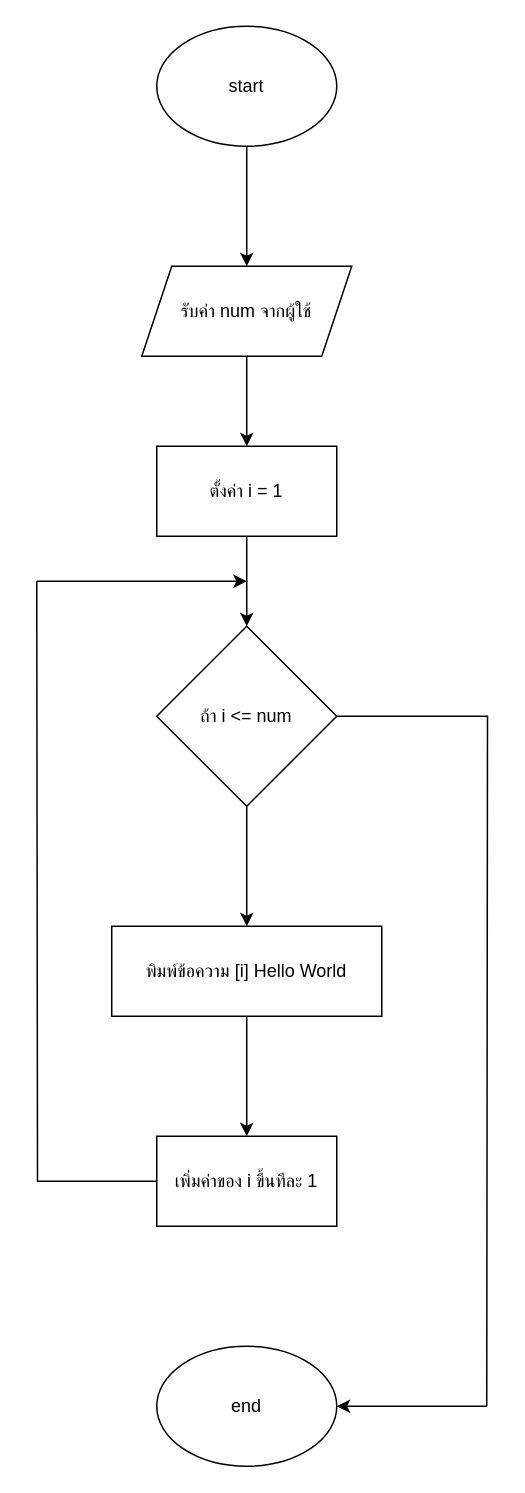
nnichapax/ENGCE117 keeps this draw.io diagram as Homework/HW1/HW1-1/HW1-1.drawio. Above is the earlier version. Source tidied: cells renumbered, new cells numbered last; positions are measured from the earlier drawing's top-left corner, leaving out a move shared by most shapes. Both pictures are drawn from the tidied source at 150%, with x=0, y=0 at pixel (36, 26).
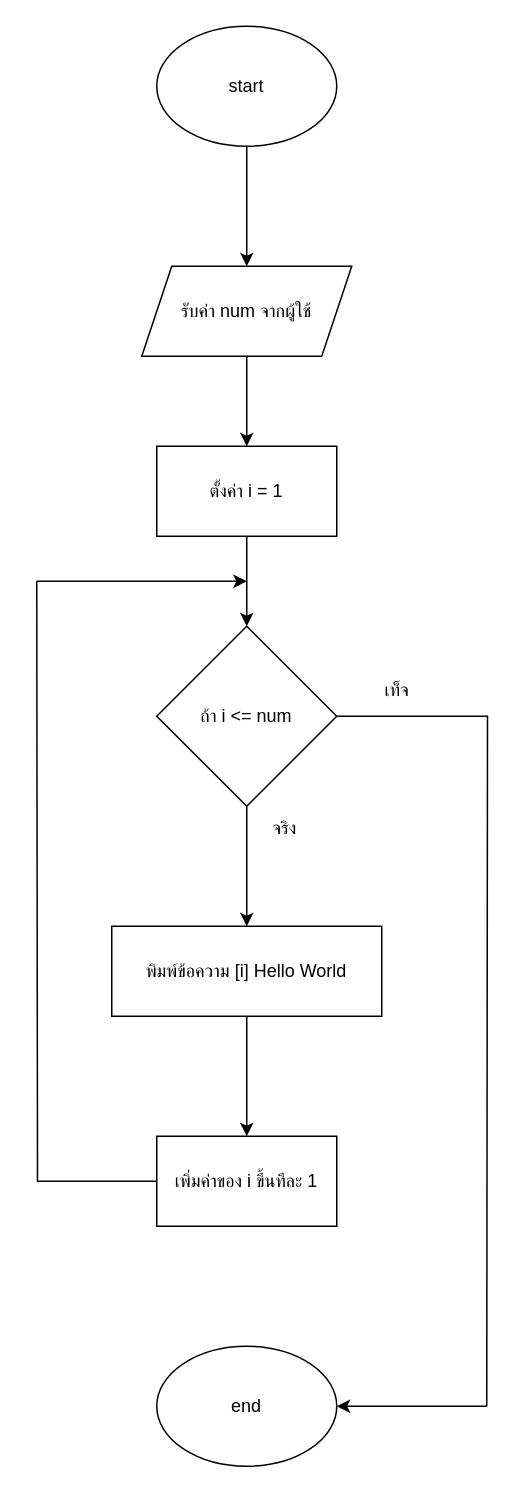
The same diagram, later.

What changed in the source:
```diff
@@
+    <mxCell id="18" value="เท็จ" style="text;html=1;align=center;verticalAlign=middle;strokeColor=none;fillColor=none;" parent="1" vertex="1">
+      <mxGeometry x="220" y="428" width="40" height="30" as="geometry" />
+    </mxCell>
+    <mxCell id="19" value="จริง" style="text;html=1;align=center;verticalAlign=middle;strokeColor=none;fillColor=none;" parent="1" vertex="1">
+      <mxGeometry x="145" y="520" width="40" height="30" as="geometry" />
+    </mxCell>
```
